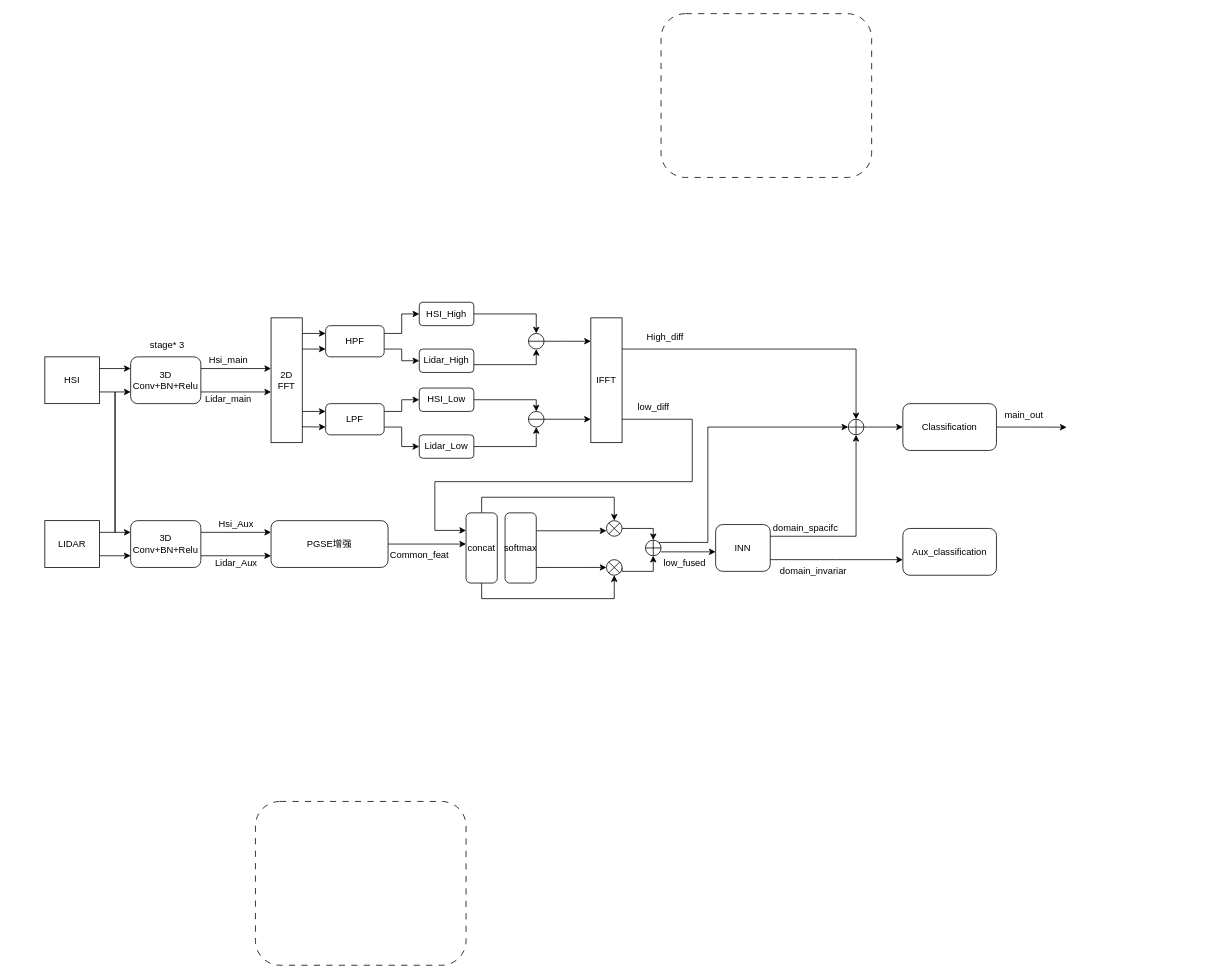
This is 草图.drawio from Liaoshiyao-jm/model_photoes, a draw.io file, before an edit. Source tidied: cells renumbered, new cells numbered last; positions are measured from the earlier drawing's top-left corner, leaving out a move shared by most shapes. Both pictures are drawn from the tidied source at 78%, with x=0, y=0 at pixel (44, 13).
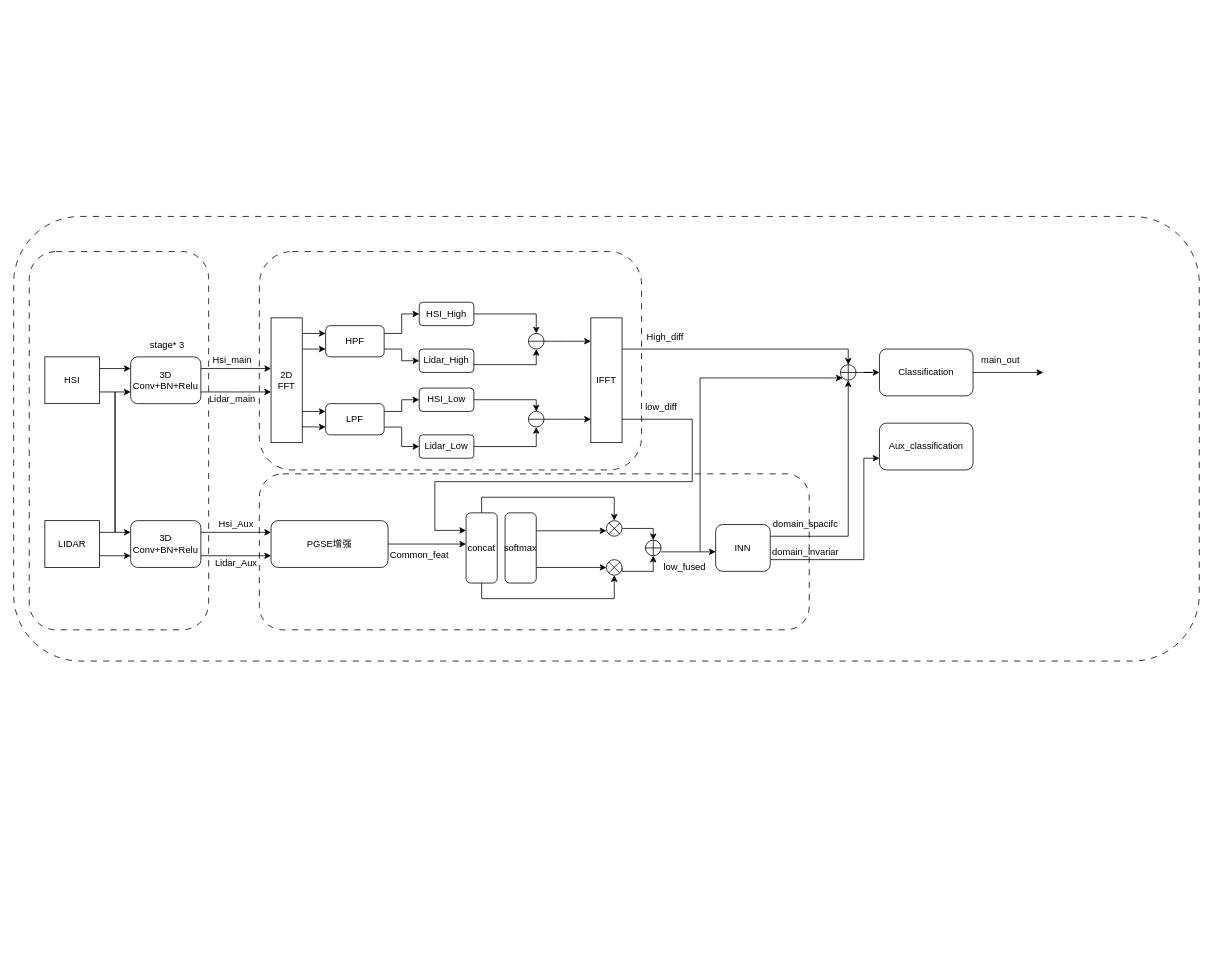
After the change.

The change refers to these unchanged cells:
```xml
<mxCell id="54" value="IFFT" style="rounded=1;whiteSpace=wrap;html=1;arcSize=0;" parent="1" vertex="1">
  <mxGeometry x="700" y="390" width="40" height="160" as="geometry" />
</mxCell>
<mxCell id="59" value="concat" style="rounded=1;whiteSpace=wrap;html=1;glass=0;strokeColor=default;align=center;verticalAlign=middle;fontFamily=Helvetica;fontSize=12;fontColor=default;fillColor=default;" parent="1" vertex="1">
  <mxGeometry x="540" y="640" width="40" height="90" as="geometry" />
</mxCell>
<mxCell id="67" style="shape=orEllipse;perimeter=ellipsePerimeter;whiteSpace=wrap;html=1;backgroundOutline=1;rounded=1;glass=0;strokeColor=default;align=center;verticalAlign=middle;fontFamily=Helvetica;fontSize=12;fontColor=default;fillColor=default;" parent="1" vertex="1">
  <mxGeometry x="770" y="675" width="20" height="20" as="geometry" />
</mxCell>
<mxCell id="70" value="INN" style="rounded=1;whiteSpace=wrap;html=1;glass=0;strokeColor=default;align=center;verticalAlign=middle;fontFamily=Helvetica;fontSize=12;fontColor=default;fillColor=default;" parent="1" vertex="1">
  <mxGeometry x="860" y="655" width="70" height="60" as="geometry" />
</mxCell>
```

The edit, as a diff of the source:
```diff
@@
-    <mxCell id="2" style="edgeStyle=orthogonalEdgeStyle;rounded=0;jettySize=auto;html=1;exitX=1;exitY=0.5;exitDx=0;exitDy=0;fontFamily=Helvetica;fontSize=12;fontColor=default;" parent="1" edge="1" source="3">
-      <mxGeometry relative="1" as="geometry">
-        <mxPoint x="1310" y="530.2" as="targetPoint" />
-      </mxGeometry>
-    </mxCell>
+    <mxCell id="78" style="rounded=1;whiteSpace=wrap;html=1;glass=0;dashed=1;dashPattern=8 8;" parent="1" vertex="1">
+      <mxGeometry x="-40" y="260" width="1520" height="570" as="geometry" />
+    </mxCell>
+    <mxCell id="76" value="Aux_classification" style="whiteSpace=wrap;html=1;rounded=1;glass=0;strokeColor=default;align=center;verticalAlign=middle;fontFamily=Helvetica;fontSize=12;fontColor=default;fillColor=default;" parent="1" vertex="1">
+      <mxGeometry x="1070" y="525" width="120" height="60" as="geometry" />
+    </mxCell>
+    <mxCell id="6" style="rounded=1;whiteSpace=wrap;html=1;glass=0;dashed=1;dashPattern=8 8;" parent="1" vertex="1">
+      <mxGeometry x="275" y="590" width="705" height="200" as="geometry" />
+    </mxCell>
+    <mxCell id="79" style="rounded=1;whiteSpace=wrap;html=1;glass=0;dashed=1;dashPattern=8 8;" parent="1" vertex="1">
+      <mxGeometry x="-20" y="305" width="230" height="485" as="geometry" />
+    </mxCell>
+    <mxCell id="80" style="edgeStyle=orthogonalEdgeStyle;rounded=0;jettySize=auto;html=1;exitX=1;exitY=0.5;exitDx=0;exitDy=0;fontFamily=Helvetica;fontSize=12;fontColor=default;" parent="1" edge="1" source="3">
+      <mxGeometry relative="1" as="geometry">
+        <mxPoint x="1280" y="460" as="targetPoint" />
+      </mxGeometry>
+    </mxCell>
     <mxCell id="3" value="Classification" style="whiteSpace=wrap;html=1;rounded=1;glass=0;strokeColor=default;align=center;verticalAlign=middle;fontFamily=Helvetica;fontSize=12;fontColor=default;fillColor=default;" parent="1" vertex="1">
-      <mxGeometry x="1100" y="500" width="120" height="60" as="geometry" />
+      <mxGeometry x="1070" y="430" width="120" height="60" as="geometry" />
     </mxCell>
@@
-    <mxCell id="6" style="rounded=1;whiteSpace=wrap;html=1;glass=0;dashed=1;dashPattern=8 8;" parent="1" vertex="1">
-      <mxGeometry x="270" y="1010" width="270" height="210" as="geometry" />
-    </mxCell>
     <mxCell id="7" style="rounded=1;whiteSpace=wrap;html=1;glass=0;dashed=1;dashPattern=8 8;" parent="1" vertex="1">
-      <mxGeometry x="790" width="270" height="210" as="geometry" />
+      <mxGeometry x="275" y="305" width="490" height="280" as="geometry" />
     </mxCell>
@@
     <mxCell id="21" value="Hsi_main" style="text;html=1;align=center;verticalAlign=middle;strokeColor=none;fillColor=none;" parent="1" vertex="1">
-      <mxGeometry x="200" y="430" width="70" height="30" as="geometry" />
+      <mxGeometry x="205" y="430" width="70" height="30" as="geometry" />
     </mxCell>
     <mxCell id="22" value="Lidar_main" style="text;html=1;align=center;verticalAlign=middle;strokeColor=none;fillColor=none;" parent="1" vertex="1">
-      <mxGeometry x="195" y="480" width="80" height="30" as="geometry" />
+      <mxGeometry x="200" y="480" width="80" height="30" as="geometry" />
     </mxCell>
@@
+    <mxCell id="53" style="edgeStyle=orthogonalEdgeStyle;rounded=0;jettySize=auto;html=1;exitX=0.958;exitY=0.844;exitDx=0;exitDy=0;fontFamily=Helvetica;fontSize=12;fontColor=default;entryX=0;entryY=0.25;entryDx=0;entryDy=0;exitPerimeter=0;" parent="1" edge="1" source="54" target="59">
+      <mxGeometry relative="1" as="geometry">
+        <Array as="points">
+          <mxPoint x="738" y="520" />
+          <mxPoint x="830" y="520" />
+          <mxPoint x="830" y="600" />
+          <mxPoint x="500" y="600" />
+          <mxPoint x="500" y="663" />
+        </Array>
+      </mxGeometry>
+    </mxCell>
-    <mxCell id="52" style="edgeStyle=orthogonalEdgeStyle;rounded=0;jettySize=auto;html=1;exitX=1;exitY=0.25;exitDx=0;exitDy=0;fontFamily=Helvetica;fontSize=12;fontColor=default;entryX=0.5;entryY=0;entryDx=0;entryDy=0;" parent="1" edge="1" source="54" target="75">
-      <mxGeometry relative="1" as="geometry" />
+    <mxCell id="52" style="edgeStyle=orthogonalEdgeStyle;rounded=0;jettySize=auto;html=1;exitX=1;exitY=0.25;exitDx=0;exitDy=0;entryX=0.5;entryY=0;entryDx=0;entryDy=0;fontFamily=Helvetica;fontSize=12;fontColor=default;" parent="1" edge="1" source="54" target="75">
+      <mxGeometry relative="1" as="geometry">
+        <Array as="points">
+          <mxPoint x="1030" y="430" />
+        </Array>
+      </mxGeometry>
     </mxCell>
-    <mxCell id="53" style="edgeStyle=orthogonalEdgeStyle;rounded=0;jettySize=auto;html=1;exitX=0.958;exitY=0.844;exitDx=0;exitDy=0;fontFamily=Helvetica;fontSize=12;fontColor=default;entryX=0;entryY=0.25;entryDx=0;entryDy=0;exitPerimeter=0;" parent="1" edge="1" source="54" target="59">
-      <mxGeometry relative="1" as="geometry">
-        <Array as="points">
-          <mxPoint x="738" y="520" />
-          <mxPoint x="830" y="520" />
-          <mxPoint x="830" y="600" />
-          <mxPoint x="500" y="600" />
-          <mxPoint x="500" y="663" />
-        </Array>
-      </mxGeometry>
-    </mxCell>
@@
     <mxCell id="56" value="low_diff" style="text;html=1;align=center;verticalAlign=middle;strokeColor=none;fillColor=none;fontFamily=Helvetica;fontSize=12;fontColor=default;" parent="1" vertex="1">
-      <mxGeometry x="750" y="490" width="60" height="30" as="geometry" />
+      <mxGeometry x="760" y="490" width="60" height="30" as="geometry" />
     </mxCell>
@@
-    <mxCell id="66" style="edgeStyle=orthogonalEdgeStyle;rounded=0;jettySize=auto;html=1;exitX=1;exitY=0;exitDx=0;exitDy=0;entryX=0;entryY=0.5;entryDx=0;entryDy=0;fontFamily=Helvetica;fontSize=12;fontColor=default;flowAnimation=0;" parent="1" edge="1" source="67" target="75">
-      <mxGeometry relative="1" as="geometry">
-        <Array as="points">
-          <mxPoint x="850" y="678" />
-          <mxPoint x="850" y="530" />
-        </Array>
-      </mxGeometry>
-    </mxCell>
@@
     <mxCell id="68" style="edgeStyle=orthogonalEdgeStyle;rounded=0;jettySize=auto;html=1;exitX=1;exitY=0.25;exitDx=0;exitDy=0;entryX=0.5;entryY=1;entryDx=0;entryDy=0;fontFamily=Helvetica;fontSize=12;fontColor=default;" parent="1" edge="1" source="70" target="75">
-      <mxGeometry relative="1" as="geometry" />
+      <mxGeometry relative="1" as="geometry">
+        <Array as="points">
+          <mxPoint x="1030" y="670" />
+        </Array>
+      </mxGeometry>
     </mxCell>
-    <mxCell id="69" style="edgeStyle=orthogonalEdgeStyle;rounded=0;jettySize=auto;html=1;exitX=1;exitY=0.75;exitDx=0;exitDy=0;fontFamily=Helvetica;fontSize=12;fontColor=default;" parent="1" edge="1" source="70">
-      <mxGeometry relative="1" as="geometry">
-        <mxPoint x="1100" y="700" as="targetPoint" />
-      </mxGeometry>
-    </mxCell>
+    <mxCell id="81" style="edgeStyle=orthogonalEdgeStyle;rounded=0;jettySize=auto;html=1;exitX=1;exitY=0.75;exitDx=0;exitDy=0;entryX=0;entryY=0.75;entryDx=0;entryDy=0;fontFamily=Helvetica;fontSize=12;fontColor=default;" parent="1" edge="1" source="70" target="76">
+      <mxGeometry relative="1" as="geometry">
+        <Array as="points">
+          <mxPoint x="1050" y="700" />
+          <mxPoint x="1050" y="570" />
+        </Array>
+      </mxGeometry>
+    </mxCell>
@@
     <mxCell id="71" value="domain_spacifc" style="text;html=1;align=center;verticalAlign=middle;strokeColor=none;fillColor=none;fontFamily=Helvetica;fontSize=12;fontColor=default;" parent="1" vertex="1">
-      <mxGeometry x="920" y="645" width="110" height="30" as="geometry" />
+      <mxGeometry x="920" y="640" width="110" height="30" as="geometry" />
     </mxCell>
     <mxCell id="72" value="domain_invariar" style="text;html=1;align=center;verticalAlign=middle;strokeColor=none;fillColor=none;fontFamily=Helvetica;fontSize=12;fontColor=default;" parent="1" vertex="1">
-      <mxGeometry x="930" y="700" width="110" height="30" as="geometry" />
+      <mxGeometry x="920" y="675" width="110" height="30" as="geometry" />
     </mxCell>
     <mxCell id="73" value="low_fused" style="text;html=1;align=center;verticalAlign=middle;strokeColor=none;fillColor=none;fontFamily=Helvetica;fontSize=12;fontColor=default;" parent="1" vertex="1">
-      <mxGeometry x="780" y="690" width="80" height="30" as="geometry" />
+      <mxGeometry x="780" y="695" width="80" height="30" as="geometry" />
     </mxCell>
-    <mxCell id="74" style="edgeStyle=orthogonalEdgeStyle;rounded=0;jettySize=auto;html=1;exitX=1;exitY=0.5;exitDx=0;exitDy=0;fontFamily=Helvetica;fontSize=12;fontColor=default;" parent="1" edge="1" source="75">
-      <mxGeometry relative="1" as="geometry">
-        <mxPoint x="1100" y="530" as="targetPoint" />
-      </mxGeometry>
-    </mxCell>
+    <mxCell id="82" style="edgeStyle=orthogonalEdgeStyle;rounded=0;jettySize=auto;html=1;exitX=1;exitY=0.5;exitDx=0;exitDy=0;fontFamily=Helvetica;fontSize=12;fontColor=default;" parent="1" edge="1" source="75" target="3">
+      <mxGeometry relative="1" as="geometry" />
+    </mxCell>
     <mxCell id="75" style="shape=orEllipse;perimeter=ellipsePerimeter;whiteSpace=wrap;html=1;backgroundOutline=1;rounded=1;glass=0;strokeColor=default;align=center;verticalAlign=middle;fontFamily=Helvetica;fontSize=12;fontColor=default;fillColor=default;" parent="1" vertex="1">
-      <mxGeometry x="1030" y="520" width="20" height="20" as="geometry" />
+      <mxGeometry x="1020" y="450" width="20" height="20" as="geometry" />
     </mxCell>
-    <mxCell id="76" value="Aux_classification" style="whiteSpace=wrap;html=1;rounded=1;glass=0;strokeColor=default;align=center;verticalAlign=middle;fontFamily=Helvetica;fontSize=12;fontColor=default;fillColor=default;" parent="1" vertex="1">
-      <mxGeometry x="1100" y="660" width="120" height="60" as="geometry" />
-    </mxCell>
     <mxCell id="77" value="main_out" style="text;html=1;align=center;verticalAlign=middle;strokeColor=none;fillColor=none;fontFamily=Helvetica;fontSize=12;fontColor=default;" parent="1" vertex="1">
-      <mxGeometry x="1220" y="500" width="70" height="30" as="geometry" />
+      <mxGeometry x="1190" y="430" width="70" height="30" as="geometry" />
     </mxCell>
+    <mxCell id="83" style="endArrow=classic;html=1;rounded=0;fontFamily=Helvetica;fontSize=12;fontColor=default;entryX=0;entryY=1;entryDx=0;entryDy=0;" parent="1" edge="1" target="75">
+      <mxGeometry relative="1" as="geometry">
+        <mxPoint x="840" y="690" as="sourcePoint" />
+        <Array as="points">
+          <mxPoint x="840" y="467" />
+        </Array>
+      </mxGeometry>
+    </mxCell>
```
